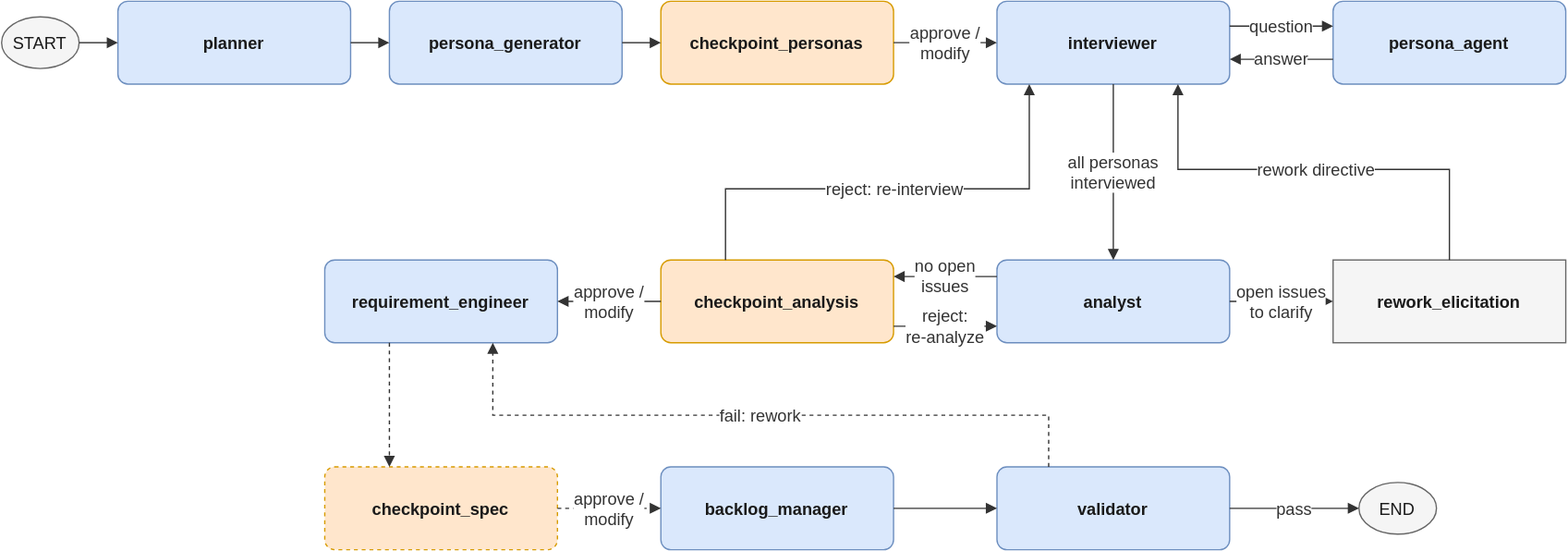
Earlier version of the draw.io export docs/architecture/diagrams/agent-workflow.drawio.svg (nhinguyen140809/khoai-lang-graph). Source tidied: cells renumbered, new cells last; positions are measured from the earlier drawing's top-left corner, leaving out a move shared by most shapes.
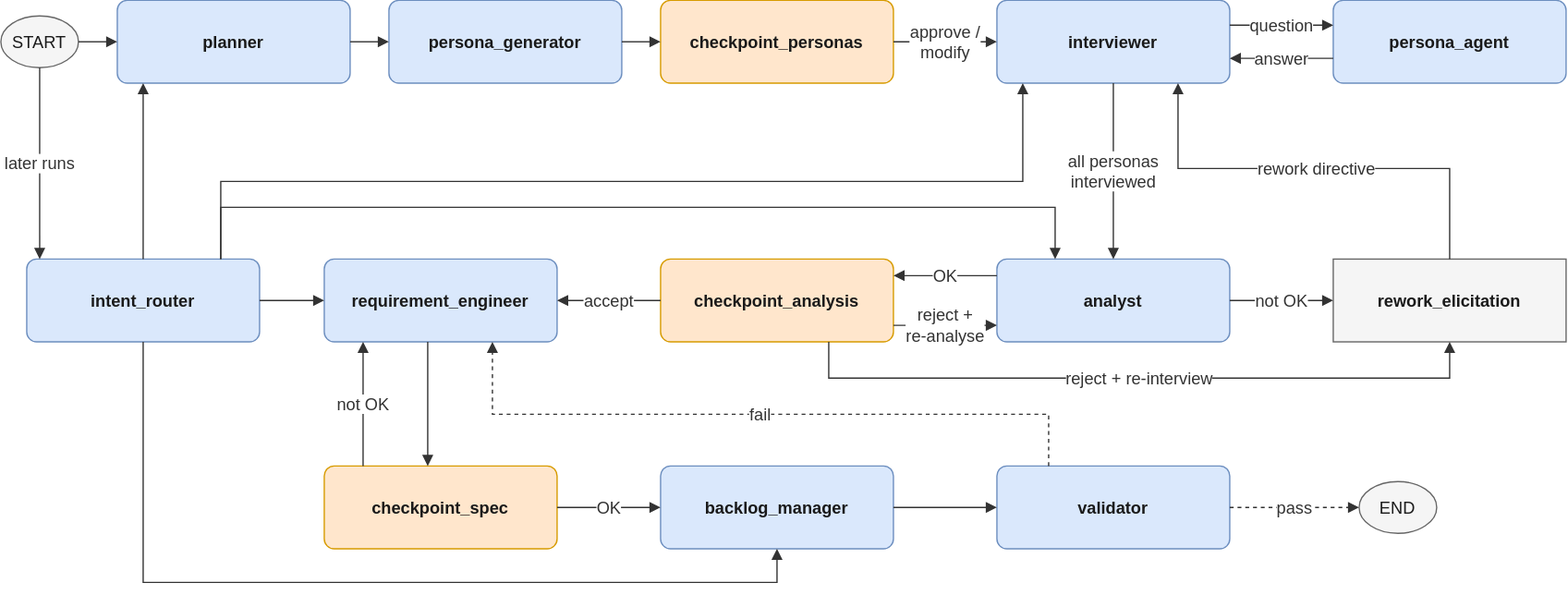
The same file after the commit.

Commit message:
docs: add intent router to agent workflow diagram

Change to the diagram source:
```diff
@@ -2,46 +2,46 @@
   <root>
     <mxCell id="0" />
     <mxCell id="1" parent="0" />
-    <mxCell id="2" value="&lt;span style=&quot;font-size:13px&quot;&gt;START&lt;/span&gt;" style="ellipse;whiteSpace=wrap;html=1;fillColor=#f5f5f5;strokeColor=#666666;fontColor=#1a1a1a;fontSize=11;" parent="1" vertex="1">
+    <mxCell id="2" value="&lt;span style=&quot;font-size:13px&quot;&gt;START&lt;/span&gt;" style="ellipse;whiteSpace=wrap;html=1;fillColor=#f5f5f5;strokeColor=#666666;fontColor=#1a1a1a;fontSize=13;" parent="1" vertex="1">
       <mxGeometry y="12" width="60" height="40" as="geometry" />
     </mxCell>
-    <mxCell id="3" value="&lt;span style=&quot;font-size:13px&quot;&gt;&lt;b&gt;planner&lt;/b&gt;&lt;/span&gt;" style="rounded=1;arcSize=12;whiteSpace=wrap;html=1;fillColor=#dae8fc;strokeColor=#6c8ebf;fontColor=#1a1a1a;fontSize=11;" parent="1" vertex="1">
+    <mxCell id="3" value="&lt;span style=&quot;font-size:13px&quot;&gt;&lt;b&gt;planner&lt;/b&gt;&lt;/span&gt;" style="rounded=1;arcSize=12;whiteSpace=wrap;html=1;fillColor=#dae8fc;strokeColor=#6c8ebf;fontColor=#1a1a1a;fontSize=13;" parent="1" vertex="1">
       <mxGeometry x="90" width="180" height="64" as="geometry" />
     </mxCell>
-    <mxCell id="4" value="&lt;span style=&quot;font-size:13px&quot;&gt;&lt;b&gt;persona_generator&lt;/b&gt;&lt;/span&gt;" style="rounded=1;arcSize=12;whiteSpace=wrap;html=1;fillColor=#dae8fc;strokeColor=#6c8ebf;fontColor=#1a1a1a;fontSize=11;" parent="1" vertex="1">
+    <mxCell id="4" value="&lt;span style=&quot;font-size:13px&quot;&gt;&lt;b&gt;persona_generator&lt;/b&gt;&lt;/span&gt;" style="rounded=1;arcSize=12;whiteSpace=wrap;html=1;fillColor=#dae8fc;strokeColor=#6c8ebf;fontColor=#1a1a1a;fontSize=13;" parent="1" vertex="1">
       <mxGeometry x="300" width="180" height="64" as="geometry" />
     </mxCell>
-    <mxCell id="5" value="&lt;span style=&quot;font-size:13px&quot;&gt;&lt;b&gt;checkpoint_personas&lt;/b&gt;&lt;/span&gt;" style="rounded=1;arcSize=12;whiteSpace=wrap;html=1;fillColor=#ffe6cc;strokeColor=#d79b00;fontColor=#1a1a1a;fontSize=11;" parent="1" vertex="1">
+    <mxCell id="5" value="&lt;span style=&quot;font-size:13px&quot;&gt;&lt;b&gt;checkpoint_personas&lt;/b&gt;&lt;/span&gt;" style="rounded=1;arcSize=12;whiteSpace=wrap;html=1;fillColor=#ffe6cc;strokeColor=#d79b00;fontColor=#1a1a1a;fontSize=13;" parent="1" vertex="1">
       <mxGeometry x="510" width="180" height="64" as="geometry" />
     </mxCell>
-    <mxCell id="6" value="&lt;span style=&quot;font-size:13px&quot;&gt;&lt;b&gt;interviewer&lt;/b&gt;&lt;/span&gt;" style="rounded=1;arcSize=12;whiteSpace=wrap;html=1;fillColor=#dae8fc;strokeColor=#6c8ebf;fontColor=#1a1a1a;fontSize=11;" parent="1" vertex="1">
+    <mxCell id="6" value="&lt;span style=&quot;font-size:13px&quot;&gt;&lt;b&gt;interviewer&lt;/b&gt;&lt;/span&gt;" style="rounded=1;arcSize=12;whiteSpace=wrap;html=1;fillColor=#dae8fc;strokeColor=#6c8ebf;fontColor=#1a1a1a;fontSize=13;" parent="1" vertex="1">
       <mxGeometry x="770" width="180" height="64" as="geometry" />
     </mxCell>
-    <mxCell id="7" value="&lt;span style=&quot;font-size:13px&quot;&gt;&lt;b&gt;persona_agent&lt;/b&gt;&lt;/span&gt;" style="rounded=1;arcSize=12;whiteSpace=wrap;html=1;fillColor=#dae8fc;strokeColor=#6c8ebf;fontColor=#1a1a1a;fontSize=11;" parent="1" vertex="1">
+    <mxCell id="7" value="&lt;span style=&quot;font-size:13px&quot;&gt;&lt;b&gt;persona_agent&lt;/b&gt;&lt;/span&gt;" style="rounded=1;arcSize=12;whiteSpace=wrap;html=1;fillColor=#dae8fc;strokeColor=#6c8ebf;fontColor=#1a1a1a;fontSize=13;" parent="1" vertex="1">
       <mxGeometry x="1030" width="180" height="64" as="geometry" />
     </mxCell>
-    <mxCell id="8" value="&lt;span style=&quot;font-size:13px&quot;&gt;&lt;b&gt;analyst&lt;/b&gt;&lt;/span&gt;" style="rounded=1;arcSize=12;whiteSpace=wrap;html=1;fillColor=#dae8fc;strokeColor=#6c8ebf;fontColor=#1a1a1a;fontSize=11;" parent="1" vertex="1">
+    <mxCell id="8" value="&lt;span style=&quot;font-size:13px&quot;&gt;&lt;b&gt;analyst&lt;/b&gt;&lt;/span&gt;" style="rounded=1;arcSize=12;whiteSpace=wrap;html=1;fillColor=#dae8fc;strokeColor=#6c8ebf;fontColor=#1a1a1a;fontSize=13;" parent="1" vertex="1">
       <mxGeometry x="770" y="200" width="180" height="64" as="geometry" />
     </mxCell>
-    <mxCell id="9" value="&lt;span style=&quot;font-size:13px&quot;&gt;&lt;b&gt;rework_elicitation&lt;/b&gt;&lt;/span&gt;" style="rounded=0;whiteSpace=wrap;html=1;fillColor=#f5f5f5;strokeColor=#666666;fontColor=#1a1a1a;fontSize=11;" parent="1" vertex="1">
+    <mxCell id="9" value="&lt;span style=&quot;font-size:13px&quot;&gt;&lt;b&gt;rework_elicitation&lt;/b&gt;&lt;/span&gt;" style="rounded=0;whiteSpace=wrap;html=1;fillColor=#f5f5f5;strokeColor=#666666;fontColor=#1a1a1a;fontSize=13;" parent="1" vertex="1">
       <mxGeometry x="1030" y="200" width="180" height="64" as="geometry" />
     </mxCell>
-    <mxCell id="10" value="&lt;span style=&quot;font-size:13px&quot;&gt;&lt;b&gt;checkpoint_analysis&lt;/b&gt;&lt;/span&gt;" style="rounded=1;arcSize=12;whiteSpace=wrap;html=1;fillColor=#ffe6cc;strokeColor=#d79b00;fontColor=#1a1a1a;fontSize=11;" parent="1" vertex="1">
+    <mxCell id="10" value="&lt;span style=&quot;font-size:13px&quot;&gt;&lt;b&gt;checkpoint_analysis&lt;/b&gt;&lt;/span&gt;" style="rounded=1;arcSize=12;whiteSpace=wrap;html=1;fillColor=#ffe6cc;strokeColor=#d79b00;fontColor=#1a1a1a;fontSize=13;" parent="1" vertex="1">
       <mxGeometry x="510" y="200" width="180" height="64" as="geometry" />
     </mxCell>
-    <mxCell id="11" value="&lt;span style=&quot;font-size:13px&quot;&gt;&lt;b&gt;requirement_engineer&lt;/b&gt;&lt;/span&gt;" style="rounded=1;arcSize=12;whiteSpace=wrap;html=1;fillColor=#dae8fc;strokeColor=#6c8ebf;fontColor=#1a1a1a;fontSize=11;" parent="1" vertex="1">
+    <mxCell id="11" value="&lt;span style=&quot;font-size:13px&quot;&gt;&lt;b&gt;requirement_engineer&lt;/b&gt;&lt;/span&gt;" style="rounded=1;arcSize=12;whiteSpace=wrap;html=1;fillColor=#dae8fc;strokeColor=#6c8ebf;fontColor=#1a1a1a;fontSize=13;" parent="1" vertex="1">
       <mxGeometry x="250" y="200" width="180" height="64" as="geometry" />
     </mxCell>
-    <mxCell id="12" value="&lt;span style=&quot;font-size:13px&quot;&gt;&lt;b&gt;checkpoint_spec&lt;/b&gt;&lt;/span&gt;" style="rounded=1;arcSize=12;whiteSpace=wrap;html=1;fillColor=#ffe6cc;strokeColor=#d79b00;fontColor=#1a1a1a;fontSize=11;" parent="1" vertex="1">
+    <mxCell id="12" value="&lt;span style=&quot;font-size:13px&quot;&gt;&lt;b&gt;checkpoint_spec&lt;/b&gt;&lt;/span&gt;" style="rounded=1;arcSize=12;whiteSpace=wrap;html=1;fillColor=#ffe6cc;strokeColor=#d79b00;fontColor=#1a1a1a;fontSize=13;" parent="1" vertex="1">
       <mxGeometry x="250" y="360" width="180" height="64" as="geometry" />
     </mxCell>
-    <mxCell id="13" value="&lt;span style=&quot;font-size:13px&quot;&gt;&lt;b&gt;backlog_manager&lt;/b&gt;&lt;/span&gt;" style="rounded=1;arcSize=12;whiteSpace=wrap;html=1;fillColor=#dae8fc;strokeColor=#6c8ebf;fontColor=#1a1a1a;fontSize=11;" parent="1" vertex="1">
+    <mxCell id="13" value="&lt;span style=&quot;font-size:13px&quot;&gt;&lt;b&gt;backlog_manager&lt;/b&gt;&lt;/span&gt;" style="rounded=1;arcSize=12;whiteSpace=wrap;html=1;fillColor=#dae8fc;strokeColor=#6c8ebf;fontColor=#1a1a1a;fontSize=13;" parent="1" vertex="1">
       <mxGeometry x="510" y="360" width="180" height="64" as="geometry" />
     </mxCell>
-    <mxCell id="14" value="&lt;span style=&quot;font-size:13px&quot;&gt;&lt;b&gt;validator&lt;/b&gt;&lt;/span&gt;" style="rounded=1;arcSize=12;whiteSpace=wrap;html=1;fillColor=#dae8fc;strokeColor=#6c8ebf;fontColor=#1a1a1a;fontSize=11;" parent="1" vertex="1">
+    <mxCell id="14" value="&lt;span style=&quot;font-size:13px&quot;&gt;&lt;b&gt;validator&lt;/b&gt;&lt;/span&gt;" style="rounded=1;arcSize=12;whiteSpace=wrap;html=1;fillColor=#dae8fc;strokeColor=#6c8ebf;fontColor=#1a1a1a;fontSize=13;" parent="1" vertex="1">
       <mxGeometry x="770" y="360" width="180" height="64" as="geometry" />
     </mxCell>
-    <mxCell id="15" value="&lt;span style=&quot;font-size:13px&quot;&gt;END&lt;/span&gt;" style="ellipse;whiteSpace=wrap;html=1;fillColor=#f5f5f5;strokeColor=#666666;fontColor=#1a1a1a;fontSize=11;" parent="1" vertex="1">
+    <mxCell id="15" value="&lt;span style=&quot;font-size:13px&quot;&gt;END&lt;/span&gt;" style="ellipse;whiteSpace=wrap;html=1;fillColor=#f5f5f5;strokeColor=#666666;fontColor=#1a1a1a;fontSize=13;" parent="1" vertex="1">
       <mxGeometry x="1050" y="372" width="60" height="40" as="geometry" />
     </mxCell>
     <mxCell id="16" style="edgeStyle=none;rounded=0;html=1;endArrow=block;endFill=1;strokeColor=#333333;fontSize=13;fontColor=#333333;labelBackgroundColor=#ffffff;exitX=1;exitY=0.5;exitDx=0;exitDy=0;entryX=0;entryY=0.5;entryDx=0;entryDy=0;" parent="1" edge="1" source="2" target="3">
@@ -116,5 +116,41 @@
     <mxCell id="34" value="not OK" style="edgeStyle=none;rounded=0;html=1;endArrow=block;endFill=1;strokeColor=#333333;fontSize=13;fontColor=#333333;labelBackgroundColor=#ffffff;exitX=0.1667;exitY=0;exitDx=0;exitDy=0;entryX=0.1667;entryY=1;entryDx=0;entryDy=0;" parent="1" edge="1" source="12" target="11">
       <mxGeometry relative="1" as="geometry" />
     </mxCell>
+    <mxCell id="35" value="&lt;span style=&quot;font-size:13px&quot;&gt;&lt;b&gt;intent_router&lt;/b&gt;&lt;/span&gt;" style="rounded=1;arcSize=12;whiteSpace=wrap;html=1;fillColor=#dae8fc;strokeColor=#6c8ebf;fontColor=#1a1a1a;fontSize=13;" parent="1" vertex="1">
+      <mxGeometry x="20" y="200" width="180" height="64" as="geometry" />
+    </mxCell>
+    <mxCell id="36" value="later runs" style="edgeStyle=none;rounded=0;html=1;endArrow=block;endFill=1;strokeColor=#333333;fontSize=13;fontColor=#333333;labelBackgroundColor=#ffffff;exitX=0.5;exitY=1;exitDx=0;exitDy=0;entryX=0.0556;entryY=0;entryDx=0;entryDy=0;" parent="1" edge="1" source="2" target="35">
+      <mxGeometry relative="1" as="geometry" />
+    </mxCell>
+    <mxCell id="37" style="edgeStyle=none;rounded=0;html=1;endArrow=block;endFill=1;strokeColor=#333333;fontSize=13;fontColor=#333333;labelBackgroundColor=#ffffff;exitX=0.5;exitY=0;exitDx=0;exitDy=0;entryX=0.1111;entryY=1;entryDx=0;entryDy=0;" parent="1" edge="1" source="35" target="3">
+      <mxGeometry relative="1" as="geometry" />
+    </mxCell>
+    <mxCell id="38" style="edgeStyle=none;rounded=0;html=1;endArrow=block;endFill=1;strokeColor=#333333;fontSize=13;fontColor=#333333;labelBackgroundColor=#ffffff;exitX=1;exitY=0.5;exitDx=0;exitDy=0;entryX=0;entryY=0.5;entryDx=0;entryDy=0;" parent="1" edge="1" source="35" target="11">
+      <mxGeometry relative="1" as="geometry" />
+    </mxCell>
+    <mxCell id="39" style="edgeStyle=none;rounded=0;html=1;endArrow=block;endFill=1;strokeColor=#333333;fontSize=13;fontColor=#333333;labelBackgroundColor=#ffffff;exitX=0.8333;exitY=0;exitDx=0;exitDy=0;entryX=0.1111;entryY=1;entryDx=0;entryDy=0;" parent="1" edge="1" source="35" target="6">
+      <mxGeometry relative="1" as="geometry">
+        <Array as="points">
+          <mxPoint x="170" y="140" />
+          <mxPoint x="790" y="140" />
+        </Array>
+      </mxGeometry>
+    </mxCell>
+    <mxCell id="40" style="edgeStyle=none;rounded=0;html=1;endArrow=block;endFill=1;strokeColor=#333333;fontSize=13;fontColor=#333333;labelBackgroundColor=#ffffff;exitX=0.8333;exitY=0;exitDx=0;exitDy=0;entryX=0.25;entryY=0;entryDx=0;entryDy=0;" parent="1" edge="1" source="35" target="8">
+      <mxGeometry relative="1" as="geometry">
+        <Array as="points">
+          <mxPoint x="170" y="160" />
+          <mxPoint x="815" y="160" />
+        </Array>
+      </mxGeometry>
+    </mxCell>
+    <mxCell id="41" style="edgeStyle=none;rounded=0;html=1;endArrow=block;endFill=1;strokeColor=#333333;fontSize=13;fontColor=#333333;labelBackgroundColor=#ffffff;exitX=0.5;exitY=1;exitDx=0;exitDy=0;entryX=0.5;entryY=1;entryDx=0;entryDy=0;" parent="1" edge="1" source="35" target="13">
+      <mxGeometry relative="1" as="geometry">
+        <Array as="points">
+          <mxPoint x="110" y="450" />
+          <mxPoint x="600" y="450" />
+        </Array>
+      </mxGeometry>
+    </mxCell>
   </root>
 </mxGraphModel>
```
